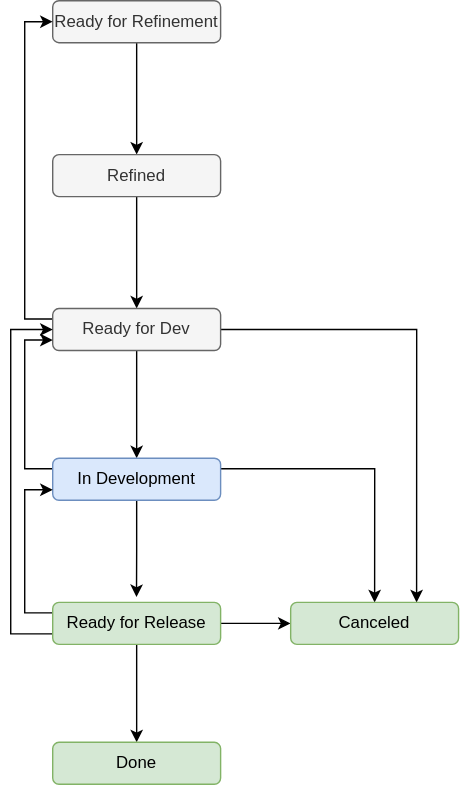
ksb-digital/.github keeps this draw.io diagram as workflows/workflow-initiative.drawio.svg. Above is the earlier version. Source tidied: cells renumbered, new cells last; positions are measured from the earlier drawing's top-left corner, leaving out a move shared by most shapes.
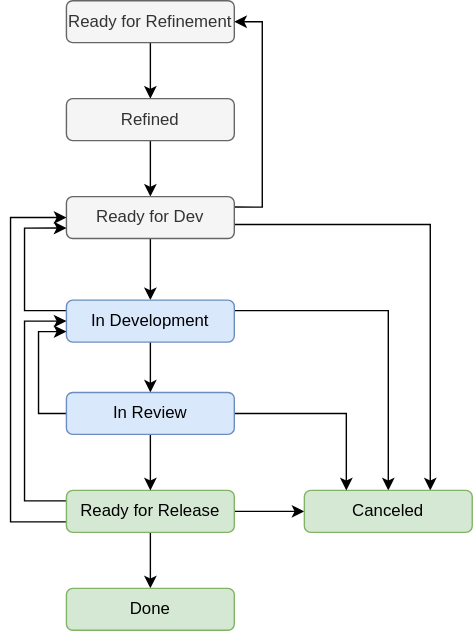
Above is the later version.

Commit message:
docs(UISO-52): adjust initiative workflow again

Change to the diagram source:
```diff
@@ -6,21 +6,23 @@
       <mxGeometry relative="1" as="geometry" />
     </mxCell>
     <mxCell id="3" value="Ready for Refinement" style="rounded=1;whiteSpace=wrap;html=1;fillColor=#f5f5f5;fontColor=#333333;strokeColor=#666666;" parent="1" vertex="1">
-      <mxGeometry x="29.9" width="120" height="30" as="geometry" />
+      <mxGeometry x="29.9" y="80" width="120" height="30" as="geometry" />
     </mxCell>
     <mxCell id="4" style="edgeStyle=orthogonalEdgeStyle;rounded=0;jettySize=auto;html=1;exitX=0.5;exitY=1;exitDx=0;exitDy=0;entryX=0.5;entryY=0;entryDx=0;entryDy=0;" parent="1" edge="1" source="5" target="9">
       <mxGeometry relative="1" as="geometry" />
     </mxCell>
     <mxCell id="5" value="Refined" style="rounded=1;whiteSpace=wrap;html=1;fillColor=#f5f5f5;fontColor=#333333;strokeColor=#666666;" parent="1" vertex="1">
-      <mxGeometry x="29.9" y="110" width="120" height="30" as="geometry" />
+      <mxGeometry x="29.9" y="150" width="120" height="30" as="geometry" />
     </mxCell>
     <mxCell id="6" style="edgeStyle=orthogonalEdgeStyle;rounded=0;jettySize=auto;html=1;exitX=0.5;exitY=1;exitDx=0;exitDy=0;entryX=0.5;entryY=0;entryDx=0;entryDy=0;" parent="1" edge="1" source="9" target="13">
       <mxGeometry relative="1" as="geometry" />
     </mxCell>
-    <mxCell id="7" style="edgeStyle=orthogonalEdgeStyle;rounded=0;jettySize=auto;html=1;exitX=1;exitY=0.5;exitDx=0;exitDy=0;entryX=0.75;entryY=0;entryDx=0;entryDy=0;" parent="1" edge="1" source="9" target="20">
-      <mxGeometry relative="1" as="geometry" />
+    <mxCell id="7" style="edgeStyle=orthogonalEdgeStyle;rounded=0;jettySize=auto;html=1;entryX=0.75;entryY=0;entryDx=0;entryDy=0;" parent="1" edge="1" target="20">
+      <mxGeometry relative="1" as="geometry">
+        <mxPoint x="150" y="240" as="sourcePoint" />
+      </mxGeometry>
     </mxCell>
-    <mxCell id="8" style="edgeStyle=orthogonalEdgeStyle;rounded=0;jettySize=auto;html=1;exitX=0;exitY=0.25;exitDx=0;exitDy=0;entryX=0;entryY=0.5;entryDx=0;entryDy=0;" parent="1" edge="1" source="9" target="3">
+    <mxCell id="8" style="edgeStyle=orthogonalEdgeStyle;rounded=0;jettySize=auto;html=1;exitX=1;exitY=0.25;exitDx=0;exitDy=0;entryX=1;entryY=0.5;entryDx=0;entryDy=0;" parent="1" edge="1" source="9" target="3">
       <mxGeometry relative="1" as="geometry" />
     </mxCell>
     <mxCell id="9" value="Ready for Dev" style="rounded=1;whiteSpace=wrap;html=1;fillColor=#f5f5f5;fontColor=#333333;strokeColor=#666666;" parent="1" vertex="1">
@@ -30,13 +32,18 @@
       <mxGeometry relative="1" as="geometry" />
     </mxCell>
     <mxCell id="11" style="edgeStyle=orthogonalEdgeStyle;rounded=0;jettySize=auto;html=1;exitX=0;exitY=0.25;exitDx=0;exitDy=0;entryX=0;entryY=0.75;entryDx=0;entryDy=0;" parent="1" edge="1" source="13" target="9">
-      <mxGeometry relative="1" as="geometry" />
+      <mxGeometry relative="1" as="geometry">
+        <Array as="points">
+          <mxPoint y="302" />
+          <mxPoint y="243" />
+        </Array>
+      </mxGeometry>
     </mxCell>
-    <mxCell id="12" style="edgeStyle=orthogonalEdgeStyle;rounded=0;jettySize=auto;html=1;exitX=0.5;exitY=1;exitDx=0;exitDy=0;entryX=0.499;entryY=-0.128;entryDx=0;entryDy=0;entryPerimeter=0;" parent="1" edge="1" source="13" target="18">
-      <mxGeometry relative="1" as="geometry" />
-    </mxCell>
+    <mxCell id="21" style="edgeStyle=orthogonalEdgeStyle;rounded=0;jettySize=auto;html=1;exitX=0.5;exitY=1;exitDx=0;exitDy=0;entryX=0.5;entryY=0;entryDx=0;entryDy=0;" parent="1" edge="1" source="13" target="25">
+      <mxGeometry relative="1" as="geometry" />
+    </mxCell>
     <mxCell id="13" value="In Development" style="rounded=1;whiteSpace=wrap;html=1;fillColor=#dae8fc;strokeColor=#6c8ebf;" parent="1" vertex="1">
-      <mxGeometry x="29.9" y="327" width="120" height="30" as="geometry" />
+      <mxGeometry x="29.9" y="294" width="120" height="30" as="geometry" />
     </mxCell>
     <mxCell id="14" style="edgeStyle=orthogonalEdgeStyle;rounded=0;jettySize=auto;html=1;exitX=1;exitY=0.5;exitDx=0;exitDy=0;entryX=0;entryY=0.5;entryDx=0;entryDy=0;" parent="1" edge="1" source="18" target="20">
       <mxGeometry relative="1" as="geometry" />
@@ -44,14 +51,19 @@
     <mxCell id="15" style="edgeStyle=orthogonalEdgeStyle;rounded=0;jettySize=auto;html=1;exitX=0.5;exitY=1;exitDx=0;exitDy=0;entryX=0.5;entryY=0;entryDx=0;entryDy=0;" parent="1" edge="1" source="18" target="19">
       <mxGeometry relative="1" as="geometry" />
     </mxCell>
-    <mxCell id="16" style="edgeStyle=orthogonalEdgeStyle;rounded=0;jettySize=auto;html=1;exitX=0;exitY=0.25;exitDx=0;exitDy=0;entryX=0;entryY=0.75;entryDx=0;entryDy=0;" parent="1" edge="1" source="18" target="13">
-      <mxGeometry relative="1" as="geometry" />
+    <mxCell id="16" style="edgeStyle=orthogonalEdgeStyle;rounded=0;jettySize=auto;html=1;exitX=0;exitY=0.25;exitDx=0;exitDy=0;entryX=0;entryY=0.5;entryDx=0;entryDy=0;" parent="1" edge="1" source="18" target="13">
+      <mxGeometry relative="1" as="geometry">
+        <Array as="points">
+          <mxPoint y="438" />
+          <mxPoint y="309" />
+        </Array>
+      </mxGeometry>
     </mxCell>
     <mxCell id="17" style="edgeStyle=orthogonalEdgeStyle;rounded=0;jettySize=auto;html=1;exitX=0;exitY=0.75;exitDx=0;exitDy=0;entryX=0;entryY=0.5;entryDx=0;entryDy=0;" parent="1" edge="1" source="18" target="9">
       <mxGeometry relative="1" as="geometry">
         <Array as="points">
-          <mxPoint x="-0.1" y="453" />
-          <mxPoint x="-0.1" y="235" />
+          <mxPoint x="-10" y="453" />
+          <mxPoint x="-10" y="235" />
         </Array>
       </mxGeometry>
     </mxCell>
@@ -59,10 +71,27 @@
       <mxGeometry x="29.9" y="430" width="120" height="30" as="geometry" />
     </mxCell>
     <mxCell id="19" value="Done" style="rounded=1;whiteSpace=wrap;html=1;fillColor=#d5e8d4;strokeColor=#82b366;" parent="1" vertex="1">
-      <mxGeometry x="29.9" y="530" width="120" height="30" as="geometry" />
+      <mxGeometry x="29.9" y="500" width="120" height="30" as="geometry" />
     </mxCell>
     <mxCell id="20" value="Canceled" style="rounded=1;whiteSpace=wrap;html=1;fillColor=#d5e8d4;strokeColor=#82b366;" parent="1" vertex="1">
       <mxGeometry x="200" y="430" width="120" height="30" as="geometry" />
     </mxCell>
+    <mxCell id="22" style="edgeStyle=orthogonalEdgeStyle;rounded=0;jettySize=auto;html=1;exitX=0.5;exitY=1;exitDx=0;exitDy=0;entryX=0.5;entryY=0;entryDx=0;entryDy=0;" parent="1" edge="1" source="25" target="18">
+      <mxGeometry relative="1" as="geometry" />
+    </mxCell>
+    <mxCell id="23" style="edgeStyle=orthogonalEdgeStyle;rounded=0;jettySize=auto;html=1;exitX=1;exitY=0.5;exitDx=0;exitDy=0;entryX=0.25;entryY=0;entryDx=0;entryDy=0;" parent="1" edge="1" source="25" target="20">
+      <mxGeometry relative="1" as="geometry" />
+    </mxCell>
+    <mxCell id="24" style="edgeStyle=orthogonalEdgeStyle;rounded=0;jettySize=auto;html=1;exitX=0;exitY=0.5;exitDx=0;exitDy=0;entryX=0;entryY=0.75;entryDx=0;entryDy=0;" parent="1" edge="1" source="25" target="13">
+      <mxGeometry relative="1" as="geometry">
+        <Array as="points">
+          <mxPoint x="10" y="375" />
+          <mxPoint x="10" y="317" />
+        </Array>
+      </mxGeometry>
+    </mxCell>
+    <mxCell id="25" value="In Review" style="rounded=1;whiteSpace=wrap;html=1;fillColor=#dae8fc;strokeColor=#6c8ebf;" parent="1" vertex="1">
+      <mxGeometry x="29.9" y="360" width="120" height="30" as="geometry" />
+    </mxCell>
   </root>
 </mxGraphModel>
```
